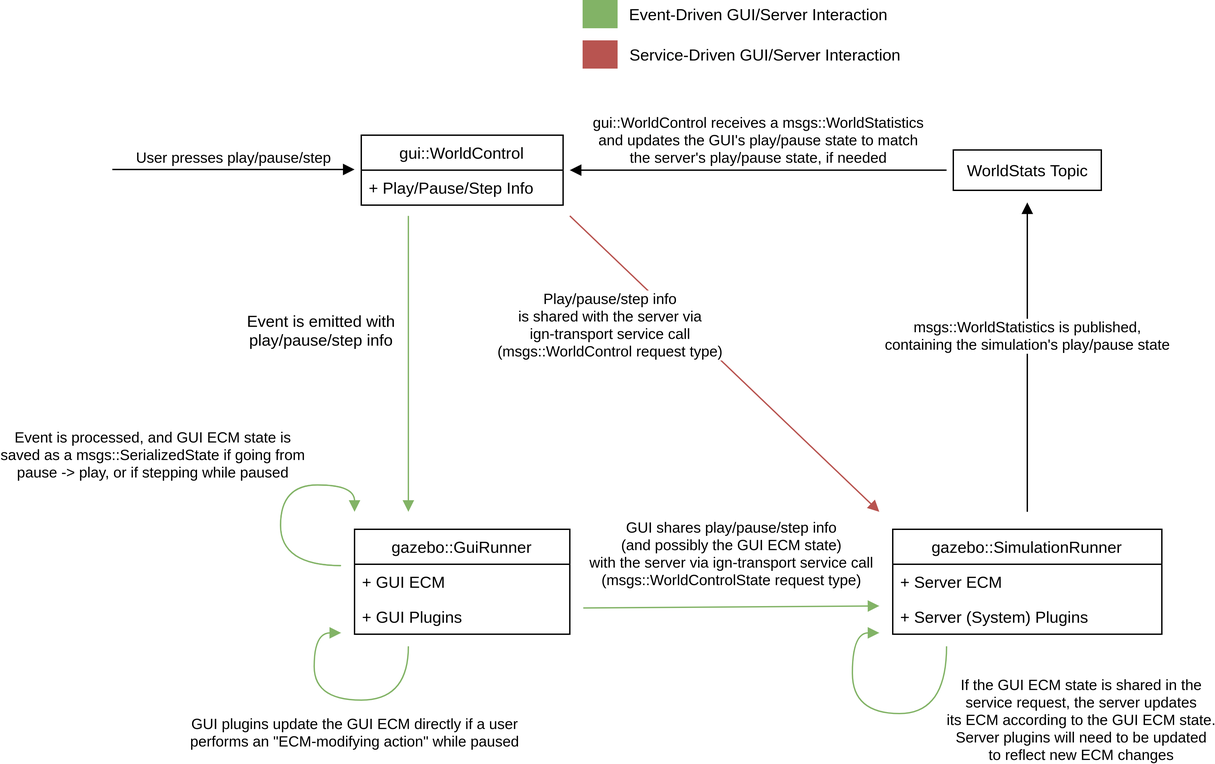
This is images/gui_server_ECM_sync_design.png from gazebosim/design, a draw.io export, as it was before one commit. Source tidied: cells renumbered, new cells last; positions are measured from the earlier drawing's top-left corner, leaving out a move shared by most shapes.
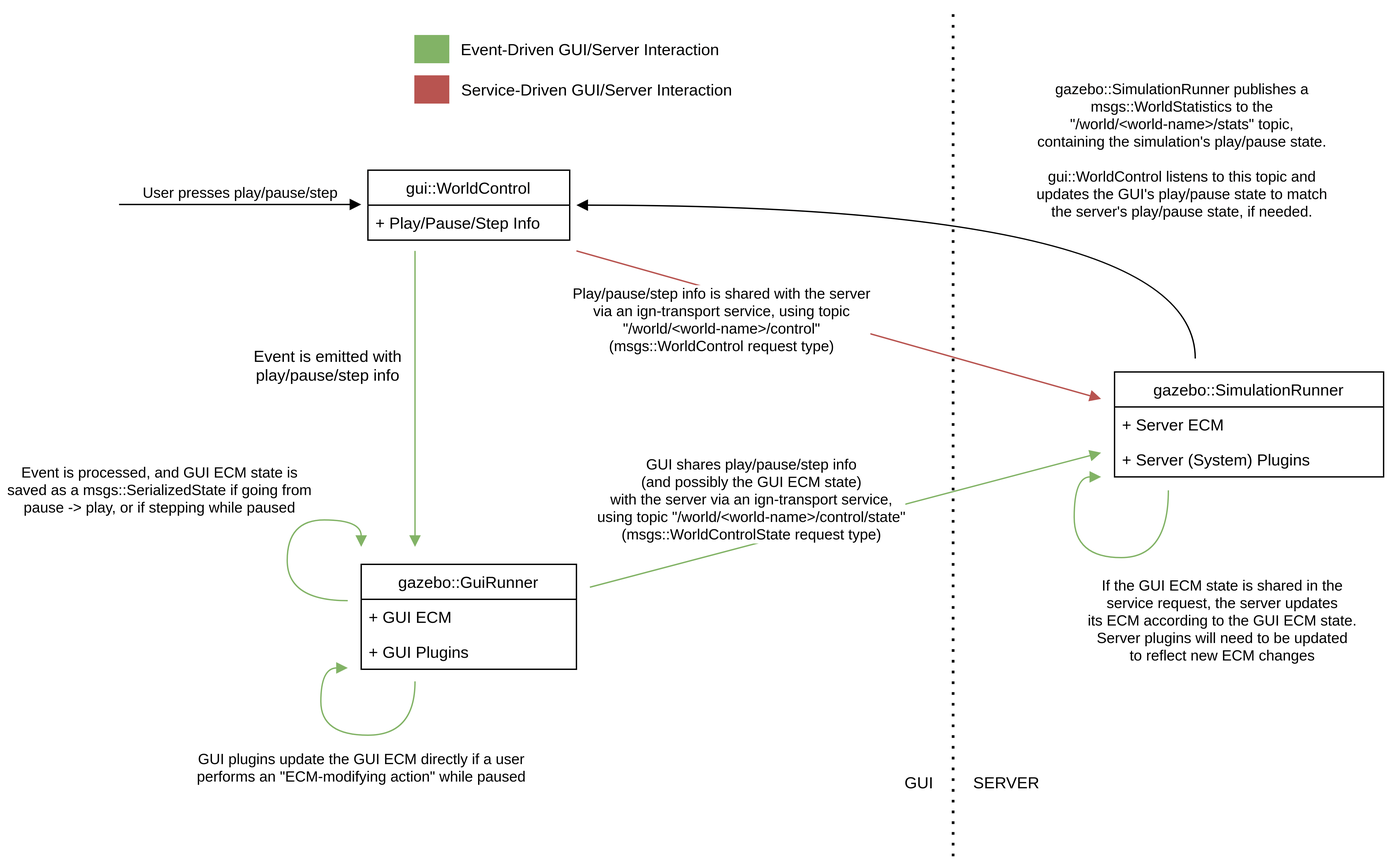
The same file after the commit.

Commit message:
review feedback

Change to the diagram source:
```diff
@@ -3,7 +3,7 @@
     <mxCell id="0" />
     <mxCell id="1" parent="0" />
     <mxCell id="2" value="gazebo::SimulationRunner" style="swimlane;fontStyle=0;horizontal=1;startSize=26;fillColor=none;" parent="1" vertex="1">
-      <mxGeometry x="580" y="393" width="200" height="78" as="geometry" />
+      <mxGeometry x="740" y="250" width="200" height="78" as="geometry" />
     </mxCell>
     <mxCell id="3" value="+ Server ECM" style="text;strokeColor=none;fillColor=none;align=left;verticalAlign=top;spacingLeft=4;spacingRight=4;overflow=hidden;" parent="2" vertex="1">
       <mxGeometry y="26" width="200" height="26" as="geometry" />
@@ -26,9 +26,6 @@
     <mxCell id="9" value="+ Play/Pause/Step Info" style="text;strokeColor=none;fillColor=none;align=left;verticalAlign=top;spacingLeft=4;spacingRight=4;overflow=hidden;" parent="8" vertex="1">
       <mxGeometry y="26" width="150" height="26" as="geometry" />
     </mxCell>
-    <mxCell id="10" value="WorldStats Topic" style="html=1;" parent="1" vertex="1">
-      <mxGeometry x="625" y="111" width="110" height="30" as="geometry" />
-    </mxCell>
     <mxCell id="11" value="User presses play/pause/step" style="html=1;verticalAlign=bottom;endArrow=block;rounded=0;" parent="1" edge="1">
       <mxGeometry relative="1" as="geometry">
         <mxPoint y="125.5" as="sourcePoint" />
@@ -44,28 +41,25 @@
     <mxCell id="13" value="Event is emitted with&lt;br&gt;play/pause/step info" style="text;html=1;align=center;verticalAlign=middle;fillColor=none;strokeColor=none;rounded=0;" parent="1" vertex="1">
       <mxGeometry x="90" y="230" width="130" height="30" as="geometry" />
     </mxCell>
-    <mxCell id="14" value="GUI shares play/pause/step info&lt;br&gt;(and possibly the GUI ECM state)&lt;br&gt;with the server via ign-transport service call&lt;br&gt;(msgs::WorldControlState request type)" style="html=1;verticalAlign=bottom;endArrow=block;rounded=0;fillColor=#d5e8d4;strokeColor=#82b366;gradientColor=#97d077;" parent="1" edge="1">
-      <mxGeometry y="11" relative="1" as="geometry">
-        <mxPoint x="350" y="451.5" as="sourcePoint" />
-        <mxPoint x="570" y="450" as="targetPoint" />
+    <mxCell id="14" value="GUI shares play/pause/step info&lt;br&gt;(and possibly the GUI ECM state)&lt;br&gt;with the server via an ign-transport service,&lt;br&gt;using topic &quot;/world/&amp;lt;world-name&amp;gt;/control/state&quot;&lt;br&gt;(msgs::WorldControlState request type)" style="html=1;verticalAlign=bottom;endArrow=block;rounded=0;fillColor=#d5e8d4;strokeColor=#82b366;gradientColor=#97d077;" parent="1" edge="1">
+      <mxGeometry x="-0.37" y="-2" relative="1" as="geometry">
+        <mxPoint x="350" y="410" as="sourcePoint" />
+        <mxPoint x="730" y="310" as="targetPoint" />
       </mxGeometry>
     </mxCell>
-    <mxCell id="15" value="msgs::WorldStatistics is published,&lt;br&gt;containing the simulation's play/pause state" style="html=1;verticalAlign=bottom;endArrow=block;rounded=0;align=center;" parent="1" edge="1">
-      <mxGeometry relative="1" as="geometry">
-        <mxPoint x="680" y="380" as="sourcePoint" />
-        <mxPoint x="680" y="150" as="targetPoint" />
-      </mxGeometry>
-    </mxCell>
-    <mxCell id="16" value="gui::WorldControl receives a msgs::WorldStatistics&lt;br&gt;and updates the GUI's play/pause state to match&lt;br&gt;the server's play/pause state, if needed" style="html=1;verticalAlign=bottom;endArrow=block;rounded=0;" parent="1" edge="1">
-      <mxGeometry relative="1" as="geometry">
-        <mxPoint x="620" y="126" as="sourcePoint" />
+    <mxCell id="16" value="gazebo::SimulationRunner publishes a&lt;br&gt;msgs::WorldStatistics to the&lt;br&gt;&quot;/world/&amp;lt;world-name&amp;gt;/stats&quot; topic,&lt;br&gt;containing the simulation's play/pause state.&lt;br&gt;&lt;br&gt;gui::WorldControl listens to this topic and&lt;br&gt;updates the GUI's play/pause state to match&lt;br&gt;the server's play/pause state, if needed." style="html=1;verticalAlign=bottom;endArrow=block;rounded=0;edgeStyle=orthogonalEdgeStyle;curved=1;" parent="1" edge="1">
+      <mxGeometry x="-0.65" y="10" relative="1" as="geometry">
+        <mxPoint x="800" y="240" as="sourcePoint" />
         <mxPoint x="340" y="126" as="targetPoint" />
+        <Array as="points">
+          <mxPoint x="800" y="126" />
+        </Array>
       </mxGeometry>
     </mxCell>
-    <mxCell id="17" value="&lt;div style=&quot;text-align: center&quot;&gt;Play/pause/step info&lt;/div&gt;&lt;div style=&quot;text-align: center&quot;&gt;is shared with the server via&lt;/div&gt;&lt;div style=&quot;text-align: center&quot;&gt;ign-transport service call&lt;/div&gt;&lt;div style=&quot;text-align: center&quot;&gt;(msgs::WorldControl request type)&lt;/div&gt;" style="html=1;verticalAlign=bottom;endArrow=block;rounded=0;align=right;fillColor=#f8cecc;gradientColor=#ea6b66;strokeColor=#b85450;" parent="1" edge="1">
-      <mxGeometry relative="1" as="geometry">
+    <mxCell id="17" value="&lt;div style=&quot;text-align: center&quot;&gt;Play/pause/step info is shared with the server&lt;/div&gt;&lt;div style=&quot;text-align: center&quot;&gt;via an ign-transport service, using topic&lt;/div&gt;&lt;div style=&quot;text-align: center&quot;&gt;&quot;/world/&amp;lt;world-name&amp;gt;/control&quot;&lt;/div&gt;&lt;div style=&quot;text-align: center&quot;&gt;(msgs::WorldControl request type)&lt;/div&gt;" style="html=1;verticalAlign=bottom;endArrow=block;rounded=0;align=right;fillColor=#f8cecc;gradientColor=#ea6b66;strokeColor=#b85450;" parent="1" edge="1">
+      <mxGeometry x="0.15" y="-17" relative="1" as="geometry">
         <mxPoint x="340" y="160" as="sourcePoint" />
-        <mxPoint x="570" y="380" as="targetPoint" />
+        <mxPoint x="730" y="270" as="targetPoint" />
       </mxGeometry>
     </mxCell>
     <mxCell id="18" value="&lt;div&gt;Event is processed, and GUI ECM state is&lt;/div&gt;&lt;div&gt;saved as a msgs::SerializedState if going from&lt;/div&gt;&lt;div&gt;pause -&amp;gt; play, or if stepping while paused&lt;/div&gt;" style="html=1;verticalAlign=bottom;endArrow=block;rounded=0;edgeStyle=orthogonalEdgeStyle;curved=1;align=center;fillColor=#d5e8d4;gradientColor=#97d077;strokeColor=#82b366;" parent="1" edge="1">
@@ -92,28 +86,40 @@
       </mxGeometry>
     </mxCell>
     <mxCell id="20" value="If the GUI ECM state is shared in the&lt;br&gt;service request, the server updates&lt;br&gt;its ECM according to the GUI ECM state.&lt;br&gt;Server plugins will need to be updated&lt;br&gt;to reflect new ECM changes" style="html=1;verticalAlign=bottom;endArrow=block;rounded=0;labelBackgroundColor=none;fontColor=#000000;endSize=6;curved=1;edgeStyle=orthogonalEdgeStyle;fillColor=#d5e8d4;gradientColor=#97d077;strokeColor=#82b366;" parent="1" edge="1">
-      <mxGeometry x="-0.5" y="108" relative="1" as="geometry">
-        <mxPoint x="620" y="480" as="sourcePoint" />
-        <mxPoint x="570" y="470" as="targetPoint" />
+      <mxGeometry x="-0.5" y="91" relative="1" as="geometry">
+        <mxPoint x="780" y="338" as="sourcePoint" />
+        <mxPoint x="730" y="328" as="targetPoint" />
         <Array as="points">
-          <mxPoint x="620" y="530" />
-          <mxPoint x="550" y="530" />
-          <mxPoint x="550" y="470" />
+          <mxPoint x="780" y="388" />
+          <mxPoint x="710" y="388" />
+          <mxPoint x="710" y="328" />
         </Array>
-        <mxPoint x="100" y="-68" as="offset" />
+        <mxPoint x="40" y="-9" as="offset" />
       </mxGeometry>
     </mxCell>
     <mxCell id="21" style="whiteSpace=wrap;html=1;fillColor=#82B366;strokeColor=#82b366;" parent="1" vertex="1">
-      <mxGeometry x="350" width="25" height="20" as="geometry" />
+      <mxGeometry x="220" width="25" height="20" as="geometry" />
     </mxCell>
     <mxCell id="22" style="whiteSpace=wrap;html=1;fillColor=#B85450;strokeColor=#b85450;" parent="1" vertex="1">
-      <mxGeometry x="350" y="30" width="25" height="20" as="geometry" />
+      <mxGeometry x="220" y="30" width="25" height="20" as="geometry" />
     </mxCell>
     <mxCell id="23" value="Event-Driven GUI/Server Interaction" style="text;html=1;align=center;verticalAlign=middle;fillColor=none;strokeColor=none;rounded=0;fontColor=#000000;" parent="1" vertex="1">
-      <mxGeometry x="375" width="210" height="20" as="geometry" />
+      <mxGeometry x="245" width="210" height="20" as="geometry" />
     </mxCell>
     <mxCell id="24" value="Service-Driven GUI/Server Interaction" style="text;html=1;align=center;verticalAlign=middle;fillColor=none;strokeColor=none;rounded=0;fontColor=#000000;" parent="1" vertex="1">
-      <mxGeometry x="375" y="30" width="220" height="20" as="geometry" />
+      <mxGeometry x="245" y="30" width="220" height="20" as="geometry" />
     </mxCell>
+    <mxCell id="25" value="GUI" style="text;html=1;strokeColor=none;fillColor=none;align=center;verticalAlign=middle;whiteSpace=wrap;rounded=0;" parent="1" vertex="1">
+      <mxGeometry x="580" y="540" width="30" height="30" as="geometry" />
+    </mxCell>
+    <mxCell id="26" value="SERVER" style="text;html=1;strokeColor=none;fillColor=none;align=center;verticalAlign=middle;whiteSpace=wrap;rounded=0;" parent="1" vertex="1">
+      <mxGeometry x="630" y="540" width="60" height="30" as="geometry" />
+    </mxCell>
+    <mxCell id="27" style="endArrow=none;dashed=1;html=1;dashPattern=1 3;strokeWidth=2;rounded=0;curved=1;" parent="1" edge="1">
+      <mxGeometry relative="1" as="geometry">
+        <mxPoint x="620" y="610" as="sourcePoint" />
+        <mxPoint x="620" y="-20" as="targetPoint" />
+      </mxGeometry>
+    </mxCell>
   </root>
 </mxGraphModel>
```
